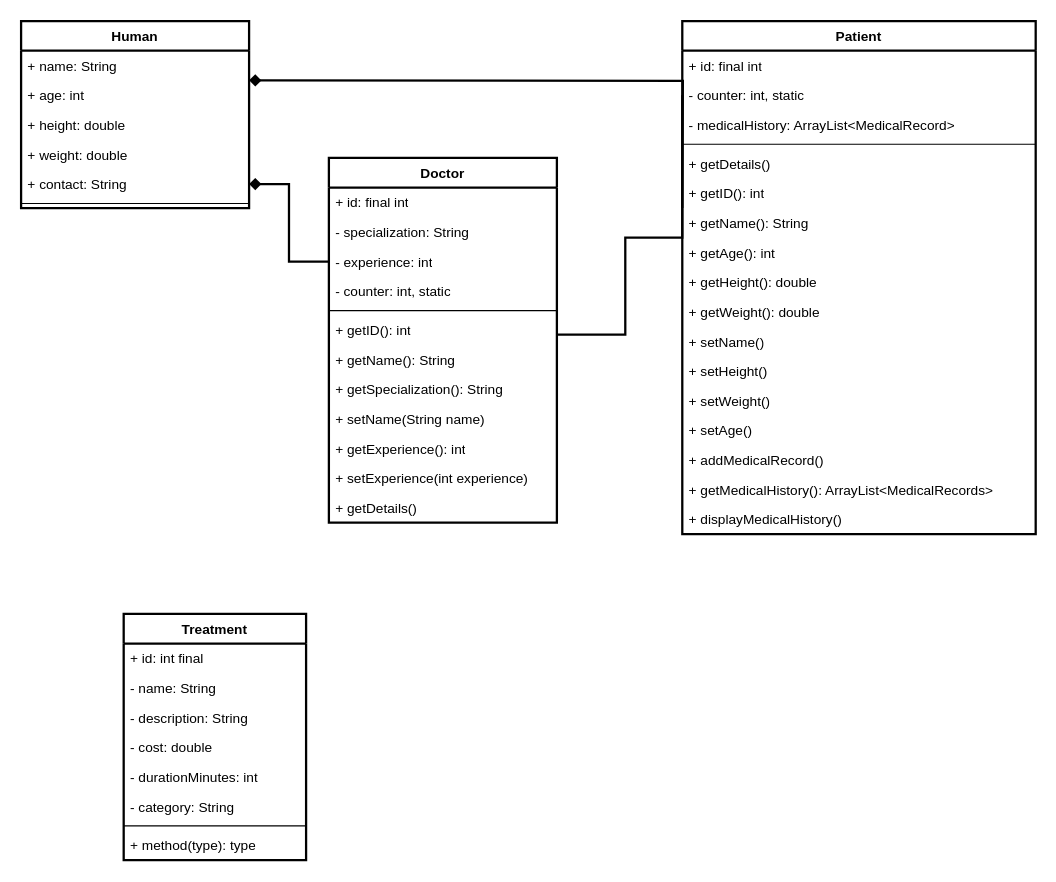
This is UMLDiagram.drawio from abobymotaki/uncharted, a draw.io file, before an edit. Source tidied: cells renumbered, new cells numbered last; positions are measured from the earlier drawing's top-left corner, leaving out a move shared by most shapes. Both pictures are drawn from the tidied source at 114%, with x=0, y=0 at pixel (21, 21).
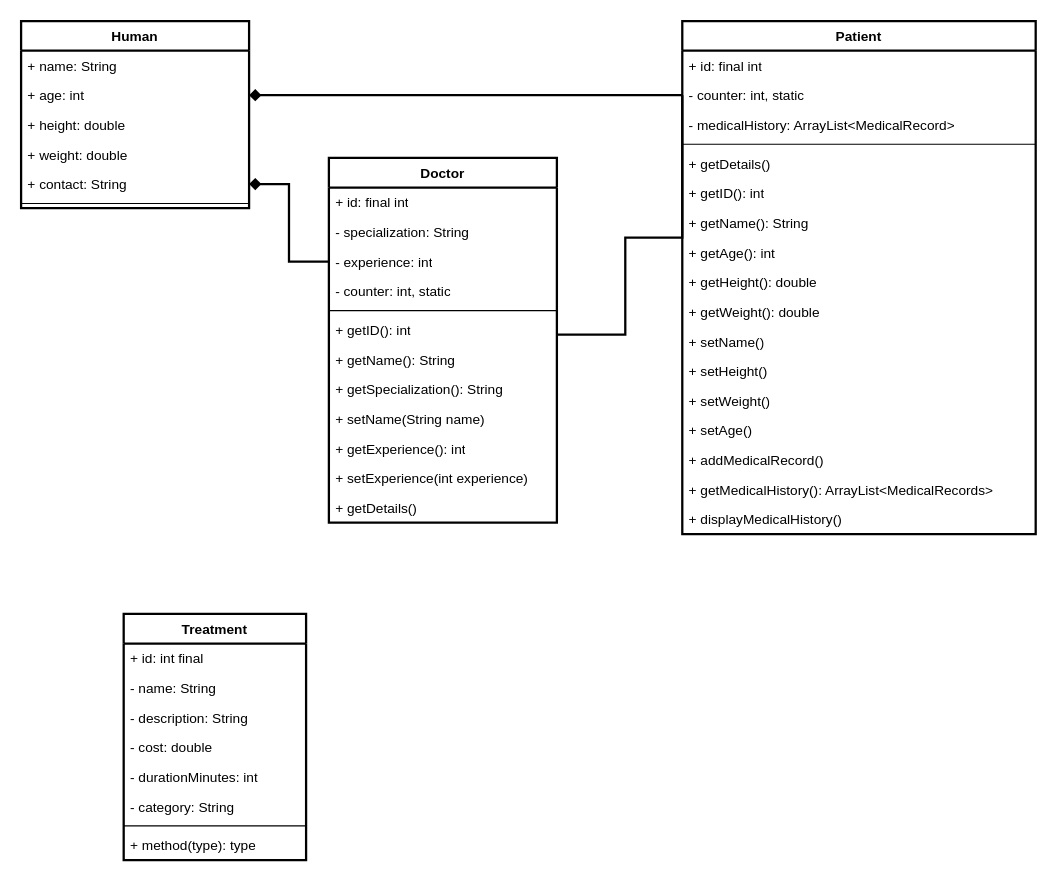
Above is the later version.

The change refers to these unchanged cells:
```xml
<mxCell id="15" value="Human" style="swimlane;fontStyle=1;align=center;verticalAlign=top;horizontal=1;startSize=26;whiteSpace=wrap;html=1;strokeWidth=2;" parent="1" vertex="1">
  <mxGeometry width="200" height="164" as="geometry" />
</mxCell>
<mxCell id="17" value="+ age: int" style="text;strokeColor=none;fillColor=none;align=left;verticalAlign=top;spacingLeft=4;spacingRight=4;overflow=hidden;points=[[0,0.5],[1,0.5]];portConstraint=eastwest;whiteSpace=wrap;html=1;" parent="15" vertex="1">
  <mxGeometry y="52" width="200" height="26" as="geometry" />
</mxCell>
```

What changed in the source:
```diff
@@
+    <mxCell id="52" style="edgeStyle=orthogonalEdgeStyle;rounded=0;jettySize=auto;html=1;endArrow=none;endFill=0;startArrow=diamond;startFill=1;strokeWidth=2;" parent="15" edge="1" source="17">
+      <mxGeometry relative="1" as="geometry">
+        <mxPoint x="580" y="65" as="targetPoint" />
+      </mxGeometry>
+    </mxCell>
@@
-    <mxCell id="49" style="edgeStyle=orthogonalEdgeStyle;rounded=0;orthogonalLoop=1;jettySize=auto;html=1;entryX=0;entryY=0.5;entryDx=0;entryDy=0;endArrow=none;endFill=0;strokeWidth=2;startArrow=diamond;startFill=1;" parent="1" edge="1">
-      <mxGeometry relative="1" as="geometry">
-        <mxPoint x="200" y="52" as="sourcePoint" />
-        <mxPoint x="580" y="164" as="targetPoint" />
-      </mxGeometry>
-    </mxCell>
```
